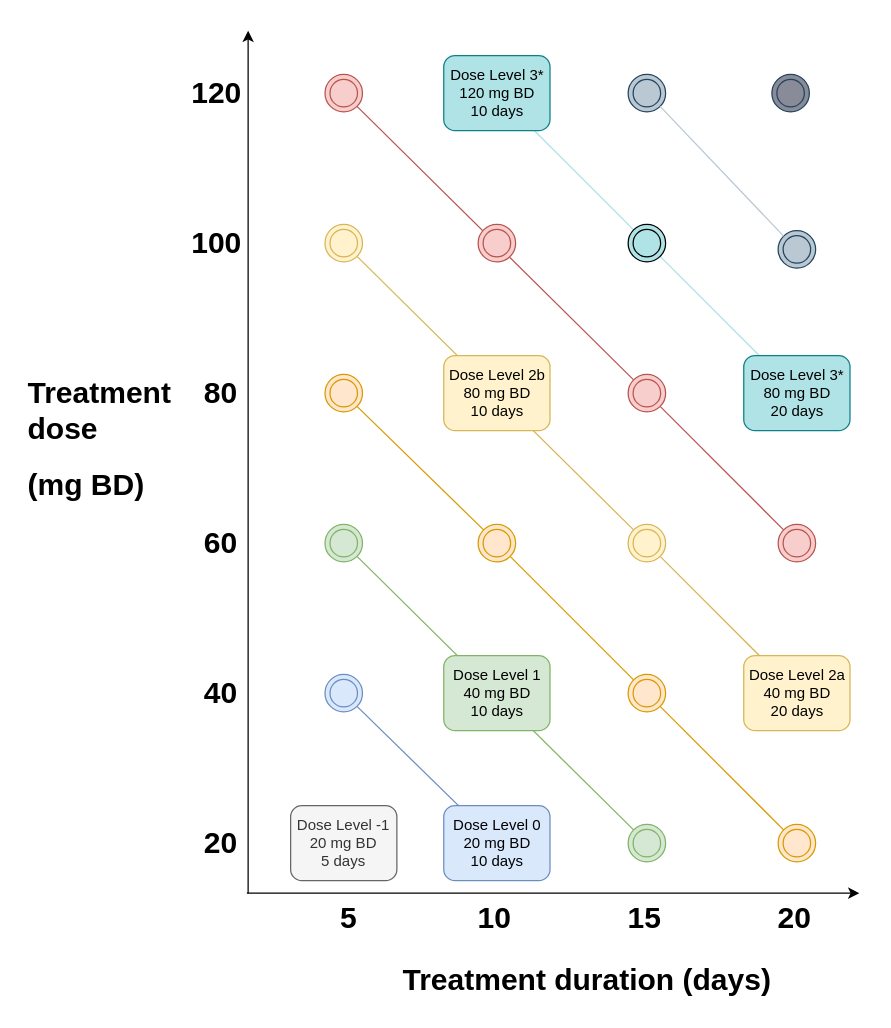
Before: Thesis/Figures/AdeptDoseCombos.drawio in A-mit-Patel/PhD, a draw.io diagram. Source tidied: cells renumbered, new cells numbered last; positions are measured from the earlier drawing's top-left corner, leaving out a move shared by most shapes. Both pictures are drawn from the tidied source at 125%, with x=0, y=0 at pixel (21, 30).
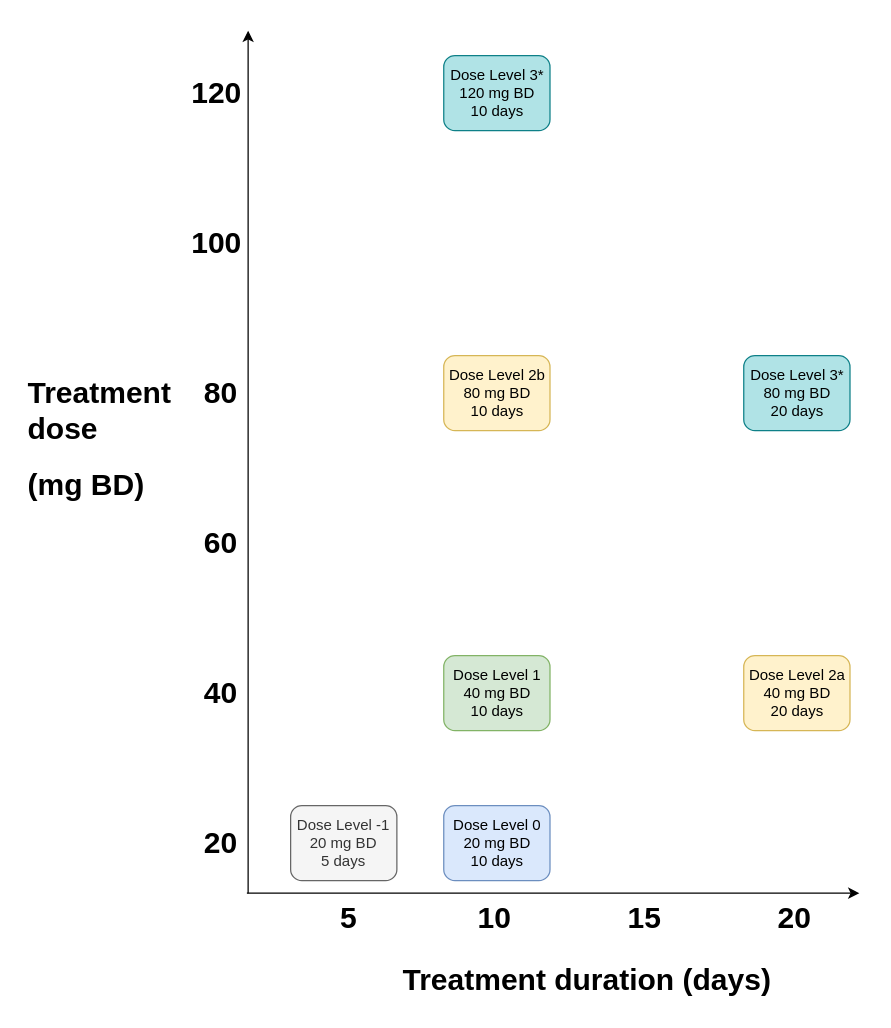
Above is the later version.

Change to the diagram source:
```diff
@@
-    <mxCell id="2" style="endArrow=none;html=1;exitX=1;exitY=1;exitDx=0;exitDy=0;fillColor=#dae8fc;strokeColor=#6c8ebf;" parent="1" edge="1" source="35">
-      <mxGeometry relative="1" as="geometry">
-        <mxPoint x="380" y="650" as="targetPoint" />
-      </mxGeometry>
-    </mxCell>
-    <mxCell id="3" style="endArrow=none;html=1;fillColor=#b0e3e6;strokeColor=#B0E3E6;" parent="1" edge="1">
-      <mxGeometry relative="1" as="geometry">
-        <mxPoint x="620" y="290" as="sourcePoint" />
-        <mxPoint x="380" y="50" as="targetPoint" />
-      </mxGeometry>
-    </mxCell>
-    <mxCell id="4" style="endArrow=none;html=1;entryX=1;entryY=1;entryDx=0;entryDy=0;exitX=0;exitY=0;exitDx=0;exitDy=0;fillColor=#f8cecc;strokeColor=#b85450;" parent="1" edge="1" source="49" target="34">
-      <mxGeometry relative="1" as="geometry" />
-    </mxCell>
-    <mxCell id="5" style="endArrow=none;html=1;entryX=1;entryY=1;entryDx=0;entryDy=0;exitX=0;exitY=0;exitDx=0;exitDy=0;fillColor=#f8cecc;strokeColor=#b85450;" parent="1" edge="1" source="43" target="49">
-      <mxGeometry relative="1" as="geometry" />
-    </mxCell>
-    <mxCell id="6" style="endArrow=none;html=1;entryX=1;entryY=1;entryDx=0;entryDy=0;exitX=0;exitY=0;exitDx=0;exitDy=0;fillColor=#fff2cc;strokeColor=#d6b656;" parent="1" edge="1" source="38" target="33">
-      <mxGeometry relative="1" as="geometry" />
-    </mxCell>
-    <mxCell id="7" style="endArrow=none;html=1;entryX=1;entryY=1;entryDx=0;entryDy=0;fillColor=#fff2cc;strokeColor=#d6b656;" parent="1" edge="1" target="38">
-      <mxGeometry relative="1" as="geometry">
-        <mxPoint x="620" y="530" as="sourcePoint" />
-      </mxGeometry>
-    </mxCell>
-    <mxCell id="8" style="endArrow=none;html=1;exitX=1;exitY=1;exitDx=0;exitDy=0;entryX=0;entryY=0;entryDx=0;entryDy=0;fillColor=#d5e8d4;strokeColor=#82b366;" parent="1" edge="1" source="36" target="30">
-      <mxGeometry relative="1" as="geometry" />
-    </mxCell>
@@
-    <mxCell id="30" style="ellipse;shape=doubleEllipse;whiteSpace=wrap;html=1;fillColor=#d5e8d4;strokeColor=#82b366;" parent="1" vertex="1">
-      <mxGeometry x="485" y="635" width="30" height="30" as="geometry" />
-    </mxCell>
-    <mxCell id="31" style="ellipse;shape=doubleEllipse;whiteSpace=wrap;html=1;fillColor=#ffe6cc;strokeColor=#d79b00;" parent="1" vertex="1">
-      <mxGeometry x="605" y="635" width="30" height="30" as="geometry" />
-    </mxCell>
-    <mxCell id="32" style="ellipse;shape=doubleEllipse;whiteSpace=wrap;html=1;fillColor=#ffe6cc;strokeColor=#d79b00;" parent="1" vertex="1">
-      <mxGeometry x="242.5" y="275" width="30" height="30" as="geometry" />
-    </mxCell>
-    <mxCell id="33" style="ellipse;shape=doubleEllipse;whiteSpace=wrap;html=1;fillColor=#fff2cc;strokeColor=#d6b656;" parent="1" vertex="1">
-      <mxGeometry x="242.5" y="155" width="30" height="30" as="geometry" />
-    </mxCell>
-    <mxCell id="34" style="ellipse;shape=doubleEllipse;whiteSpace=wrap;html=1;fillColor=#f8cecc;strokeColor=#b85450;" parent="1" vertex="1">
-      <mxGeometry x="242.5" y="35" width="30" height="30" as="geometry" />
-    </mxCell>
-    <mxCell id="35" style="ellipse;shape=doubleEllipse;whiteSpace=wrap;html=1;fillColor=#dae8fc;strokeColor=#6c8ebf;" parent="1" vertex="1">
-      <mxGeometry x="242.5" y="515" width="30" height="30" as="geometry" />
-    </mxCell>
-    <mxCell id="36" style="ellipse;shape=doubleEllipse;whiteSpace=wrap;html=1;fillColor=#d5e8d4;strokeColor=#82b366;" parent="1" vertex="1">
-      <mxGeometry x="242.5" y="395" width="30" height="30" as="geometry" />
-    </mxCell>
-    <mxCell id="37" style="ellipse;shape=doubleEllipse;whiteSpace=wrap;html=1;fillColor=#ffe6cc;strokeColor=#d79b00;" parent="1" vertex="1">
-      <mxGeometry x="485" y="515" width="30" height="30" as="geometry" />
-    </mxCell>
-    <mxCell id="38" style="ellipse;shape=doubleEllipse;whiteSpace=wrap;html=1;fillColor=#fff2cc;strokeColor=#d6b656;" parent="1" vertex="1">
-      <mxGeometry x="485" y="395" width="30" height="30" as="geometry" />
-    </mxCell>
-    <mxCell id="39" style="ellipse;shape=doubleEllipse;whiteSpace=wrap;html=1;fillColor=#B0E3E6;" parent="1" vertex="1">
-      <mxGeometry x="485" y="155" width="30" height="30" as="geometry" />
-    </mxCell>
-    <mxCell id="40" style="ellipse;shape=doubleEllipse;whiteSpace=wrap;html=1;fillColor=#bac8d3;strokeColor=#23445d;" parent="1" vertex="1">
-      <mxGeometry x="485" y="35" width="30" height="30" as="geometry" />
-    </mxCell>
-    <mxCell id="41" style="ellipse;shape=doubleEllipse;whiteSpace=wrap;html=1;fillColor=#f8cecc;strokeColor=#b85450;" parent="1" vertex="1">
-      <mxGeometry x="365" y="155" width="30" height="30" as="geometry" />
-    </mxCell>
-    <mxCell id="42" style="ellipse;shape=doubleEllipse;whiteSpace=wrap;html=1;fillColor=#ffe6cc;strokeColor=#d79b00;" parent="1" vertex="1">
-      <mxGeometry x="365" y="395" width="30" height="30" as="geometry" />
-    </mxCell>
-    <mxCell id="43" style="ellipse;shape=doubleEllipse;whiteSpace=wrap;html=1;fillColor=#f8cecc;strokeColor=#b85450;" parent="1" vertex="1">
-      <mxGeometry x="605" y="395" width="30" height="30" as="geometry" />
-    </mxCell>
-    <mxCell id="44" style="ellipse;shape=doubleEllipse;whiteSpace=wrap;html=1;fillColor=#bac8d3;strokeColor=#23445d;" parent="1" vertex="1">
-      <mxGeometry x="605" y="160" width="30" height="30" as="geometry" />
-    </mxCell>
-    <mxCell id="45" style="ellipse;shape=doubleEllipse;whiteSpace=wrap;html=1;strokeColor=#23445d;fillColor=#8A8B99;" parent="1" vertex="1">
-      <mxGeometry x="600" y="35" width="30" height="30" as="geometry" />
-    </mxCell>
-    <mxCell id="46" style="endArrow=none;html=1;exitX=1;exitY=1;exitDx=0;exitDy=0;entryX=0;entryY=0;entryDx=0;entryDy=0;fillColor=#ffe6cc;strokeColor=#d79b00;" parent="1" edge="1" source="32" target="42">
-      <mxGeometry relative="1" as="geometry" />
-    </mxCell>
-    <mxCell id="47" style="endArrow=none;html=1;exitX=1;exitY=1;exitDx=0;exitDy=0;entryX=0;entryY=0;entryDx=0;entryDy=0;fillColor=#ffe6cc;strokeColor=#d79b00;" parent="1" edge="1" source="42" target="37">
-      <mxGeometry relative="1" as="geometry" />
-    </mxCell>
-    <mxCell id="48" style="endArrow=none;html=1;entryX=1;entryY=1;entryDx=0;entryDy=0;fillColor=#ffe6cc;strokeColor=#d79b00;" parent="1" edge="1" source="31" target="37">
-      <mxGeometry relative="1" as="geometry" />
-    </mxCell>
-    <mxCell id="49" style="ellipse;shape=doubleEllipse;whiteSpace=wrap;html=1;fillColor=#f8cecc;strokeColor=#b85450;" parent="1" vertex="1">
-      <mxGeometry x="485" y="275" width="30" height="30" as="geometry" />
-    </mxCell>
-    <mxCell id="50" style="endArrow=none;html=1;entryX=1;entryY=1;entryDx=0;entryDy=0;exitX=0;exitY=0;exitDx=0;exitDy=0;fillColor=#bac8d3;strokeColor=#BAC8D3;" parent="1" edge="1" source="44" target="40">
-      <mxGeometry relative="1" as="geometry" />
-    </mxCell>
```
